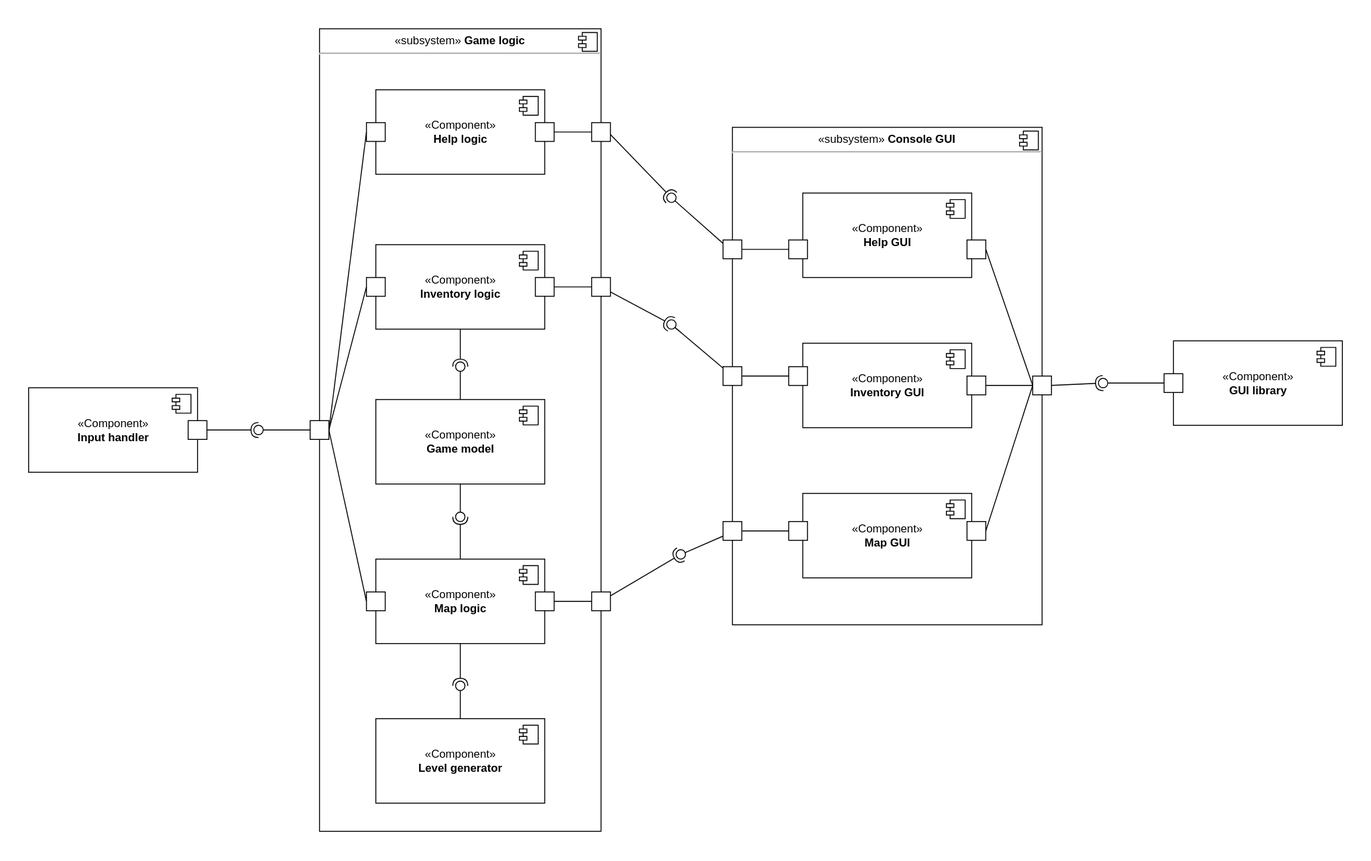
This is images/components.svg from KaperD/HSE-SD-Course-Roguelike, a draw.io export, as it was before one commit. Source tidied: cells renumbered, new cells last; positions are measured from the earlier drawing's top-left corner, leaving out a move shared by most shapes.
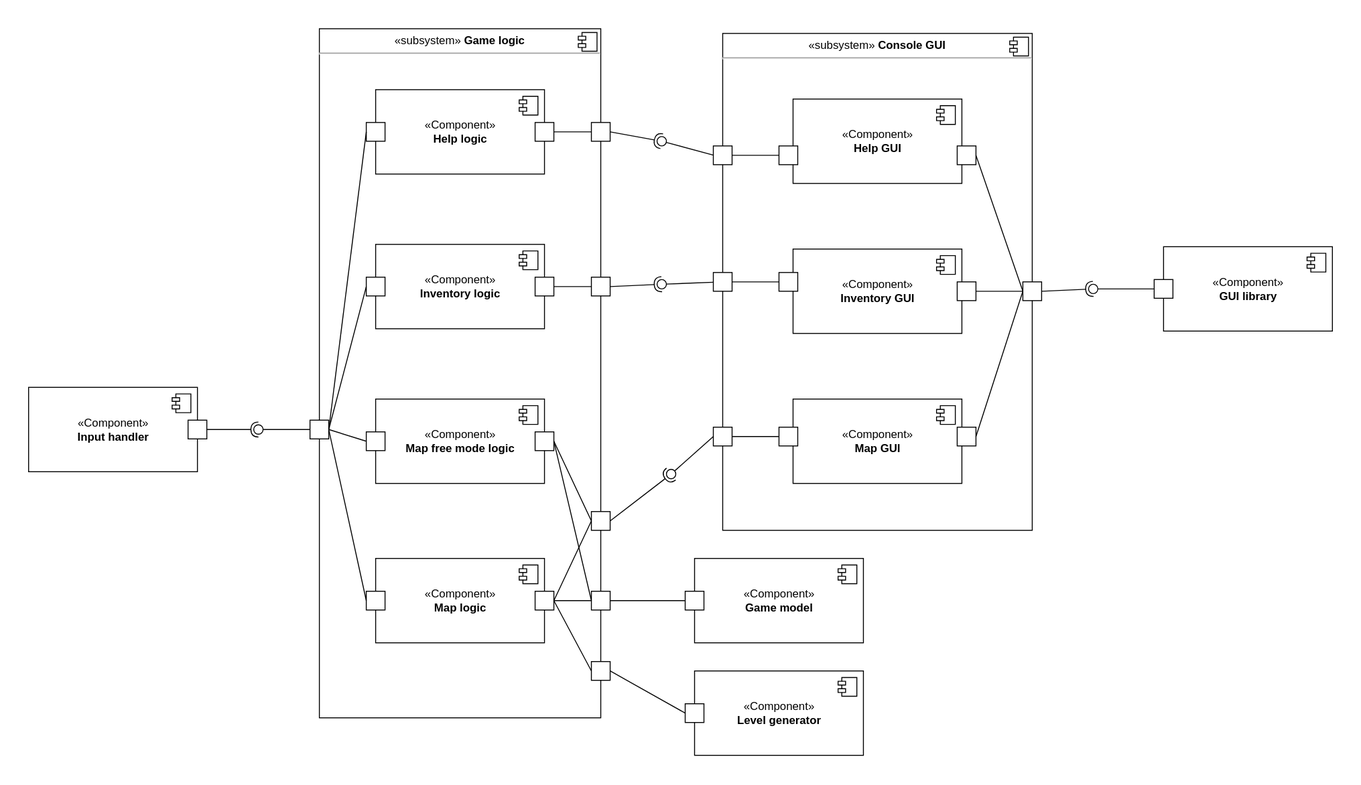
The same file after the commit.

Commit message:
Update components diagram

What changed in the source:
```diff
@@ -2,31 +2,23 @@
   <root>
     <mxCell id="0" />
     <mxCell id="1" parent="0" />
-    <mxCell id="2" style="rounded=0;jettySize=auto;html=1;endArrow=none;endFill=0;sketch=0;sourcePerimeterSpacing=0;targetPerimeterSpacing=0;exitX=0.002;exitY=0.813;exitDx=0;exitDy=0;exitPerimeter=0;" parent="1" edge="1" source="17" target="64">
+    <mxCell id="2" style="rounded=0;jettySize=auto;html=1;endArrow=none;endFill=0;sketch=0;sourcePerimeterSpacing=0;targetPerimeterSpacing=0;exitX=0;exitY=0.5;exitDx=0;exitDy=0;" parent="1" edge="1" source="28" target="64">
       <mxGeometry relative="1" as="geometry" />
     </mxCell>
-    <mxCell id="3" style="rounded=0;jettySize=auto;html=1;endArrow=halfCircle;endFill=0;entryX=0.5;entryY=0.5;endSize=6;strokeWidth=1;sketch=0;exitX=1.003;exitY=0.713;exitDx=0;exitDy=0;exitPerimeter=0;" parent="1" edge="1" source="5" target="64">
+    <mxCell id="3" style="rounded=0;jettySize=auto;html=1;endArrow=halfCircle;endFill=0;entryX=0.5;entryY=0.5;endSize=6;strokeWidth=1;sketch=0;exitX=1;exitY=0.5;exitDx=0;exitDy=0;" parent="1" edge="1" source="65" target="64">
       <mxGeometry relative="1" as="geometry" />
     </mxCell>
     <mxCell id="4" style="rounded=0;jettySize=auto;html=1;endArrow=none;endFill=0;sketch=0;sourcePerimeterSpacing=0;targetPerimeterSpacing=0;exitX=0;exitY=0.5;exitDx=0;exitDy=0;" parent="1" edge="1" source="17" target="61">
       <mxGeometry relative="1" as="geometry" />
     </mxCell>
     <mxCell id="5" value="&lt;p style=&quot;margin: 0px ; margin-top: 6px ; text-align: center&quot;&gt;«subsystem»&lt;b&gt;&amp;nbsp;Game logic&lt;/b&gt;&lt;/p&gt;&lt;hr&gt;&lt;p style=&quot;margin: 0px ; margin-left: 8px&quot;&gt;&lt;br&gt;&lt;/p&gt;" style="align=left;overflow=fill;html=1;" parent="1" vertex="1">
-      <mxGeometry x="310" width="300" height="855" as="geometry" />
+      <mxGeometry x="310" width="300" height="735" as="geometry" />
     </mxCell>
     <mxCell id="6" style="shape=component;jettyWidth=8;jettyHeight=4;" parent="5" vertex="1">
       <mxGeometry x="1" width="20" height="20" relative="1" as="geometry">
         <mxPoint x="-24" y="4" as="offset" />
       </mxGeometry>
     </mxCell>
-    <mxCell id="7" value="«Component»&lt;br&gt;&lt;b&gt;Level generator&lt;/b&gt;" style="html=1;" parent="1" vertex="1">
-      <mxGeometry x="370" y="735" width="180" height="90" as="geometry" />
-    </mxCell>
-    <mxCell id="8" style="shape=module;jettyWidth=8;jettyHeight=4;" parent="7" vertex="1">
-      <mxGeometry x="1" width="20" height="20" relative="1" as="geometry">
-        <mxPoint x="-27" y="7" as="offset" />
-      </mxGeometry>
-    </mxCell>
     <mxCell id="9" value="«Component»&lt;br&gt;&lt;b&gt;Input handler&lt;br&gt;&lt;/b&gt;" style="html=1;" parent="1" vertex="1">
       <mxGeometry y="382.5" width="180" height="90" as="geometry" />
     </mxCell>
@@ -43,22 +35,14 @@
         <mxPoint x="-27" y="7" as="offset" />
       </mxGeometry>
     </mxCell>
-    <mxCell id="13" value="«Component»&lt;br&gt;&lt;b&gt;Game model&lt;br&gt;&lt;/b&gt;" style="html=1;" parent="1" vertex="1">
-      <mxGeometry x="370" y="395" width="180" height="90" as="geometry" />
-    </mxCell>
-    <mxCell id="14" style="shape=module;jettyWidth=8;jettyHeight=4;" parent="13" vertex="1">
-      <mxGeometry x="1" width="20" height="20" relative="1" as="geometry">
-        <mxPoint x="-27" y="7" as="offset" />
-      </mxGeometry>
-    </mxCell>
     <mxCell id="15" style="whiteSpace=wrap;html=1;" parent="1" vertex="1">
       <mxGeometry x="170" y="417.5" width="20" height="20" as="geometry" />
     </mxCell>
     <mxCell id="16" style="group;" parent="1" vertex="1">
-      <mxGeometry x="810" y="105" width="340" height="580" as="geometry" />
+      <mxGeometry x="810" y="105" width="340" height="670" as="geometry" />
     </mxCell>
     <mxCell id="17" value="&lt;p style=&quot;margin: 0px ; margin-top: 6px ; text-align: center&quot;&gt;«subsystem»&lt;b&gt;&amp;nbsp;Console GUI&lt;/b&gt;&lt;/p&gt;&lt;hr&gt;&lt;p style=&quot;margin: 0px ; margin-left: 8px&quot;&gt;&lt;br&gt;&lt;/p&gt;" style="align=left;overflow=fill;html=1;" parent="16" vertex="1">
-      <mxGeometry x="-60" width="330" height="530" as="geometry" />
+      <mxGeometry x="-70" y="-100" width="330" height="530" as="geometry" />
     </mxCell>
     <mxCell id="18" style="shape=component;jettyWidth=8;jettyHeight=4;" parent="17" vertex="1">
       <mxGeometry x="1" width="20" height="20" relative="1" as="geometry">
@@ -66,7 +50,7 @@
       </mxGeometry>
     </mxCell>
     <mxCell id="19" value="«Component»&lt;br&gt;&lt;b&gt;Help GUI&lt;br&gt;&lt;/b&gt;" style="html=1;" parent="16" vertex="1">
-      <mxGeometry x="15" y="70" width="180" height="90" as="geometry" />
+      <mxGeometry x="5" y="-30" width="180" height="90" as="geometry" />
     </mxCell>
     <mxCell id="20" style="shape=module;jettyWidth=8;jettyHeight=4;" parent="19" vertex="1">
       <mxGeometry x="1" width="20" height="20" relative="1" as="geometry">
@@ -74,7 +58,7 @@
       </mxGeometry>
     </mxCell>
     <mxCell id="21" value="«Component»&lt;br&gt;&lt;b&gt;Inventory GUI&lt;br&gt;&lt;/b&gt;" style="html=1;" parent="16" vertex="1">
-      <mxGeometry x="15" y="230" width="180" height="90" as="geometry" />
+      <mxGeometry x="5" y="130" width="180" height="90" as="geometry" />
     </mxCell>
     <mxCell id="22" style="shape=module;jettyWidth=8;jettyHeight=4;" parent="21" vertex="1">
       <mxGeometry x="1" width="20" height="20" relative="1" as="geometry">
@@ -82,7 +66,7 @@
       </mxGeometry>
     </mxCell>
     <mxCell id="23" value="«Component»&lt;br&gt;&lt;b&gt;Map GUI&lt;br&gt;&lt;/b&gt;" style="html=1;" parent="16" vertex="1">
-      <mxGeometry x="15" y="390" width="180" height="90" as="geometry" />
+      <mxGeometry x="5" y="290" width="180" height="90" as="geometry" />
     </mxCell>
     <mxCell id="24" style="shape=module;jettyWidth=8;jettyHeight=4;" parent="23" vertex="1">
       <mxGeometry x="1" width="20" height="20" relative="1" as="geometry">
@@ -90,19 +74,19 @@
       </mxGeometry>
     </mxCell>
     <mxCell id="25" style="whiteSpace=wrap;html=1;" parent="16" vertex="1">
-      <mxGeometry y="120" width="20" height="20" as="geometry" />
+      <mxGeometry x="-10" y="20" width="20" height="20" as="geometry" />
     </mxCell>
     <mxCell id="26" style="whiteSpace=wrap;html=1;" parent="16" vertex="1">
-      <mxGeometry x="-70" y="255" width="20" height="20" as="geometry" />
+      <mxGeometry x="-80" y="155" width="20" height="20" as="geometry" />
     </mxCell>
     <mxCell id="27" style="whiteSpace=wrap;html=1;" parent="16" vertex="1">
-      <mxGeometry y="255" width="20" height="20" as="geometry" />
+      <mxGeometry x="-10" y="155" width="20" height="20" as="geometry" />
     </mxCell>
     <mxCell id="28" style="whiteSpace=wrap;html=1;" parent="16" vertex="1">
-      <mxGeometry x="-70" y="420" width="20" height="20" as="geometry" />
+      <mxGeometry x="-80" y="320" width="20" height="20" as="geometry" />
     </mxCell>
     <mxCell id="29" style="whiteSpace=wrap;html=1;" parent="16" vertex="1">
-      <mxGeometry y="420" width="20" height="20" as="geometry" />
+      <mxGeometry x="-10" y="320" width="20" height="20" as="geometry" />
     </mxCell>
     <mxCell id="30" style="endArrow=none;html=1;rounded=0;entryX=1;entryY=0.5;entryDx=0;entryDy=0;exitX=0;exitY=0.5;exitDx=0;exitDy=0;" parent="16" edge="1" source="27" target="26">
       <mxGeometry relative="1" as="geometry" />
@@ -111,16 +95,16 @@
       <mxGeometry relative="1" as="geometry" />
     </mxCell>
     <mxCell id="32" style="whiteSpace=wrap;html=1;" parent="16" vertex="1">
-      <mxGeometry x="260" y="265" width="20" height="20" as="geometry" />
+      <mxGeometry x="250" y="165" width="20" height="20" as="geometry" />
     </mxCell>
     <mxCell id="33" style="whiteSpace=wrap;html=1;" parent="16" vertex="1">
-      <mxGeometry x="190" y="120" width="20" height="20" as="geometry" />
+      <mxGeometry x="180" y="20" width="20" height="20" as="geometry" />
     </mxCell>
     <mxCell id="34" style="whiteSpace=wrap;html=1;" parent="16" vertex="1">
-      <mxGeometry x="190" y="265" width="20" height="20" as="geometry" />
+      <mxGeometry x="180" y="165" width="20" height="20" as="geometry" />
     </mxCell>
     <mxCell id="35" style="whiteSpace=wrap;html=1;" parent="16" vertex="1">
-      <mxGeometry x="190" y="420" width="20" height="20" as="geometry" />
+      <mxGeometry x="180" y="320" width="20" height="20" as="geometry" />
     </mxCell>
     <mxCell id="36" style="endArrow=none;html=1;rounded=0;entryX=0;entryY=0.5;entryDx=0;entryDy=0;exitX=1;exitY=0.5;exitDx=0;exitDy=0;" parent="16" edge="1" source="33" target="32">
       <mxGeometry relative="1" as="geometry" />
@@ -132,11 +116,30 @@
       <mxGeometry relative="1" as="geometry" />
     </mxCell>
     <mxCell id="39" style="ellipse;whiteSpace=wrap;html=1;align=center;points=[];outlineConnect=0;sketch=0;" parent="16" vertex="1">
-      <mxGeometry x="330" y="267.5" width="10" height="10" as="geometry" />
+      <mxGeometry x="320" y="167.5" width="10" height="10" as="geometry" />
     </mxCell>
     <mxCell id="40" style="rounded=0;jettySize=auto;html=1;endArrow=halfCircle;endFill=0;entryX=0.5;entryY=0.5;endSize=6;strokeWidth=1;sketch=0;exitX=1;exitY=0.5;exitDx=0;exitDy=0;" parent="16" edge="1" source="32" target="39">
       <mxGeometry relative="1" as="geometry" />
     </mxCell>
+    <mxCell id="13" value="«Component»&lt;br&gt;&lt;b&gt;Game model&lt;br&gt;&lt;/b&gt;" style="html=1;" parent="16" vertex="1">
+      <mxGeometry x="-100" y="460" width="180" height="90" as="geometry" />
+    </mxCell>
+    <mxCell id="86" style="shape=module;jettyWidth=8;jettyHeight=4;" parent="13" vertex="1">
+      <mxGeometry x="1" width="20" height="20" relative="1" as="geometry">
+        <mxPoint x="-27" y="7" as="offset" />
+      </mxGeometry>
+    </mxCell>
+    <mxCell id="7" value="«Component»&lt;br&gt;&lt;b&gt;Level generator&lt;/b&gt;" style="html=1;" parent="16" vertex="1">
+      <mxGeometry x="-100" y="580" width="180" height="90" as="geometry" />
+    </mxCell>
+    <mxCell id="87" style="shape=module;jettyWidth=8;jettyHeight=4;" parent="7" vertex="1">
+      <mxGeometry x="1" width="20" height="20" relative="1" as="geometry">
+        <mxPoint x="-27" y="7" as="offset" />
+      </mxGeometry>
+    </mxCell>
+    <mxCell id="88" style="whiteSpace=wrap;html=1;" parent="16" vertex="1">
+      <mxGeometry x="-110" y="615" width="20" height="20" as="geometry" />
+    </mxCell>
     <mxCell id="41" value="«Component»&lt;br&gt;&lt;b&gt;Inventory logic&lt;br&gt;&lt;/b&gt;" style="html=1;" parent="1" vertex="1">
       <mxGeometry x="370" y="230" width="180" height="90" as="geometry" />
     </mxCell>
@@ -153,43 +156,14 @@
         <mxPoint x="-27" y="7" as="offset" />
       </mxGeometry>
     </mxCell>
-    <mxCell id="45" style="rounded=0;jettySize=auto;html=1;endArrow=none;endFill=0;sketch=0;sourcePerimeterSpacing=0;targetPerimeterSpacing=0;" parent="1" edge="1" target="47">
-      <mxGeometry relative="1" as="geometry">
-        <mxPoint x="460" y="395" as="sourcePoint" />
-      </mxGeometry>
-    </mxCell>
-    <mxCell id="46" style="rounded=0;jettySize=auto;html=1;endArrow=halfCircle;endFill=0;entryX=0.5;entryY=0.5;endSize=6;strokeWidth=1;sketch=0;exitX=0.5;exitY=1;exitDx=0;exitDy=0;" parent="1" edge="1" source="41" target="47">
-      <mxGeometry relative="1" as="geometry" />
-    </mxCell>
-    <mxCell id="47" style="ellipse;whiteSpace=wrap;html=1;align=center;points=[];outlineConnect=0;sketch=0;" parent="1" vertex="1">
-      <mxGeometry x="455" y="355" width="10" height="10" as="geometry" />
-    </mxCell>
-    <mxCell id="48" style="rounded=0;jettySize=auto;html=1;endArrow=none;endFill=0;sketch=0;sourcePerimeterSpacing=0;targetPerimeterSpacing=0;exitX=0.5;exitY=1;exitDx=0;exitDy=0;" parent="1" edge="1" source="13" target="50">
-      <mxGeometry relative="1" as="geometry" />
-    </mxCell>
-    <mxCell id="49" style="rounded=0;jettySize=auto;html=1;endArrow=halfCircle;endFill=0;entryX=0.5;entryY=0.5;endSize=6;strokeWidth=1;sketch=0;exitX=0.5;exitY=0;exitDx=0;exitDy=0;" parent="1" edge="1" source="11" target="50">
-      <mxGeometry relative="1" as="geometry" />
-    </mxCell>
-    <mxCell id="50" style="ellipse;whiteSpace=wrap;html=1;align=center;points=[];outlineConnect=0;sketch=0;" parent="1" vertex="1">
-      <mxGeometry x="455" y="515" width="10" height="10" as="geometry" />
-    </mxCell>
-    <mxCell id="51" style="rounded=0;jettySize=auto;html=1;endArrow=none;endFill=0;sketch=0;sourcePerimeterSpacing=0;targetPerimeterSpacing=0;exitX=0.5;exitY=0;exitDx=0;exitDy=0;" parent="1" edge="1" source="7" target="53">
-      <mxGeometry relative="1" as="geometry" />
-    </mxCell>
-    <mxCell id="52" style="rounded=0;jettySize=auto;html=1;endArrow=halfCircle;endFill=0;entryX=0.5;entryY=0.5;endSize=6;strokeWidth=1;sketch=0;exitX=0.5;exitY=1;exitDx=0;exitDy=0;" parent="1" edge="1" source="11" target="53">
-      <mxGeometry relative="1" as="geometry" />
-    </mxCell>
-    <mxCell id="53" style="ellipse;whiteSpace=wrap;html=1;align=center;points=[];outlineConnect=0;sketch=0;" parent="1" vertex="1">
-      <mxGeometry x="455" y="695" width="10" height="10" as="geometry" />
-    </mxCell>
     <mxCell id="54" style="rounded=0;jettySize=auto;html=1;endArrow=none;endFill=0;sketch=0;sourcePerimeterSpacing=0;targetPerimeterSpacing=0;exitX=0;exitY=0.25;exitDx=0;exitDy=0;" parent="1" edge="1" source="17" target="56">
       <mxGeometry relative="1" as="geometry" />
     </mxCell>
-    <mxCell id="55" style="rounded=0;jettySize=auto;html=1;endArrow=halfCircle;endFill=0;entryX=0.5;entryY=0.5;endSize=6;strokeWidth=1;sketch=0;exitX=1.001;exitY=0.12;exitDx=0;exitDy=0;exitPerimeter=0;" parent="1" edge="1" source="5" target="56">
+    <mxCell id="55" style="rounded=0;jettySize=auto;html=1;endArrow=halfCircle;endFill=0;entryX=0.5;entryY=0.5;endSize=6;strokeWidth=1;sketch=0;exitX=1;exitY=0.5;exitDx=0;exitDy=0;" parent="1" edge="1" source="57" target="56">
       <mxGeometry relative="1" as="geometry" />
     </mxCell>
     <mxCell id="56" style="ellipse;whiteSpace=wrap;html=1;align=center;points=[];outlineConnect=0;sketch=0;" parent="1" vertex="1">
-      <mxGeometry x="680" y="175" width="10" height="10" as="geometry" />
+      <mxGeometry x="670" y="115" width="10" height="10" as="geometry" />
     </mxCell>
     <mxCell id="57" style="whiteSpace=wrap;html=1;" parent="1" vertex="1">
       <mxGeometry x="600" y="100" width="20" height="20" as="geometry" />
@@ -198,13 +172,13 @@
       <mxGeometry x="540" y="100" width="20" height="20" as="geometry" />
     </mxCell>
     <mxCell id="59" style="whiteSpace=wrap;html=1;" parent="1" vertex="1">
-      <mxGeometry x="740" y="225" width="20" height="20" as="geometry" />
+      <mxGeometry x="730" y="125" width="20" height="20" as="geometry" />
     </mxCell>
-    <mxCell id="60" style="rounded=0;jettySize=auto;html=1;endArrow=halfCircle;endFill=0;entryX=0.5;entryY=0.5;endSize=6;strokeWidth=1;sketch=0;" parent="1" edge="1" source="62" target="61">
+    <mxCell id="60" style="rounded=0;jettySize=auto;html=1;endArrow=halfCircle;endFill=0;entryX=0.5;entryY=0.5;endSize=6;strokeWidth=1;sketch=0;exitX=1;exitY=0.5;exitDx=0;exitDy=0;" parent="1" edge="1" source="62" target="61">
       <mxGeometry relative="1" as="geometry" />
     </mxCell>
     <mxCell id="61" style="ellipse;whiteSpace=wrap;html=1;align=center;points=[];outlineConnect=0;sketch=0;" parent="1" vertex="1">
-      <mxGeometry x="680" y="310" width="10" height="10" as="geometry" />
+      <mxGeometry x="670" y="267.5" width="10" height="10" as="geometry" />
     </mxCell>
     <mxCell id="62" style="whiteSpace=wrap;html=1;" parent="1" vertex="1">
       <mxGeometry x="600" y="265" width="20" height="20" as="geometry" />
@@ -213,10 +187,10 @@
       <mxGeometry x="540" y="265" width="20" height="20" as="geometry" />
     </mxCell>
     <mxCell id="64" style="ellipse;whiteSpace=wrap;html=1;align=center;points=[];outlineConnect=0;sketch=0;" parent="1" vertex="1">
-      <mxGeometry x="690" y="555" width="10" height="10" as="geometry" />
+      <mxGeometry x="680" y="470" width="10" height="10" as="geometry" />
     </mxCell>
     <mxCell id="65" style="whiteSpace=wrap;html=1;" parent="1" vertex="1">
-      <mxGeometry x="600" y="600" width="20" height="20" as="geometry" />
+      <mxGeometry x="600" y="515" width="20" height="20" as="geometry" />
     </mxCell>
     <mxCell id="66" style="edgeStyle=none;rounded=0;orthogonalLoop=1;jettySize=auto;html=1;exitX=0.5;exitY=0;exitDx=0;exitDy=0;" parent="1" edge="1" source="65" target="65">
       <mxGeometry relative="1" as="geometry" />
@@ -267,7 +241,7 @@
       <mxGeometry x="240" y="422.5" width="10" height="10" as="geometry" />
     </mxCell>
     <mxCell id="82" value="«Component»&lt;br&gt;&lt;b&gt;GUI library&lt;br&gt;&lt;/b&gt;" style="html=1;" parent="1" vertex="1">
-      <mxGeometry x="1220" y="332.5" width="180" height="90" as="geometry" />
+      <mxGeometry x="1210" y="232.5" width="180" height="90" as="geometry" />
     </mxCell>
     <mxCell id="83" style="shape=module;jettyWidth=8;jettyHeight=4;" parent="82" vertex="1">
       <mxGeometry x="1" width="20" height="20" relative="1" as="geometry">
@@ -275,10 +249,54 @@
       </mxGeometry>
     </mxCell>
     <mxCell id="84" style="whiteSpace=wrap;html=1;" parent="1" vertex="1">
-      <mxGeometry x="1210" y="367.5" width="20" height="20" as="geometry" />
+      <mxGeometry x="1200" y="267.5" width="20" height="20" as="geometry" />
     </mxCell>
     <mxCell id="85" style="rounded=0;jettySize=auto;html=1;endArrow=none;endFill=0;sketch=0;sourcePerimeterSpacing=0;targetPerimeterSpacing=0;exitX=0;exitY=0.5;exitDx=0;exitDy=0;" parent="1" edge="1" source="84" target="39">
       <mxGeometry relative="1" as="geometry" />
     </mxCell>
+    <mxCell id="89" style="whiteSpace=wrap;html=1;" parent="1" vertex="1">
+      <mxGeometry x="600" y="675" width="20" height="20" as="geometry" />
+    </mxCell>
+    <mxCell id="90" value="«Component»&lt;br&gt;&lt;b&gt;Map free mode logic&lt;br&gt;&lt;/b&gt;" style="html=1;" parent="1" vertex="1">
+      <mxGeometry x="370" y="395" width="180" height="90" as="geometry" />
+    </mxCell>
+    <mxCell id="91" style="shape=module;jettyWidth=8;jettyHeight=4;" parent="90" vertex="1">
+      <mxGeometry x="1" width="20" height="20" relative="1" as="geometry">
+        <mxPoint x="-27" y="7" as="offset" />
+      </mxGeometry>
+    </mxCell>
+    <mxCell id="92" style="whiteSpace=wrap;html=1;" parent="1" vertex="1">
+      <mxGeometry x="540" y="430" width="20" height="20" as="geometry" />
+    </mxCell>
+    <mxCell id="93" style="whiteSpace=wrap;html=1;" parent="1" vertex="1">
+      <mxGeometry x="360" y="430" width="20" height="20" as="geometry" />
+    </mxCell>
+    <mxCell id="94" style="endArrow=none;html=1;rounded=0;entryX=0;entryY=0.5;entryDx=0;entryDy=0;exitX=1;exitY=0.5;exitDx=0;exitDy=0;" parent="1" edge="1" source="92" target="65">
+      <mxGeometry relative="1" as="geometry" />
+    </mxCell>
+    <mxCell id="95" style="endArrow=none;html=1;rounded=0;entryX=1;entryY=0.5;entryDx=0;entryDy=0;exitX=0;exitY=0.5;exitDx=0;exitDy=0;" parent="1" edge="1" source="93" target="72">
+      <mxGeometry relative="1" as="geometry" />
+    </mxCell>
+    <mxCell id="96" style="whiteSpace=wrap;html=1;" parent="1" vertex="1">
+      <mxGeometry x="600" y="600" width="20" height="20" as="geometry" />
+    </mxCell>
+    <mxCell id="97" style="endArrow=none;html=1;rounded=0;entryX=0;entryY=0.5;entryDx=0;entryDy=0;exitX=1;exitY=0.5;exitDx=0;exitDy=0;" parent="1" edge="1" source="92" target="96">
+      <mxGeometry relative="1" as="geometry" />
+    </mxCell>
+    <mxCell id="98" style="endArrow=none;html=1;rounded=0;entryX=0;entryY=0.5;entryDx=0;entryDy=0;exitX=1;exitY=0.5;exitDx=0;exitDy=0;" parent="1" edge="1" source="67" target="96">
+      <mxGeometry relative="1" as="geometry" />
+    </mxCell>
+    <mxCell id="99" style="endArrow=none;html=1;rounded=0;exitX=1;exitY=0.5;exitDx=0;exitDy=0;entryX=0;entryY=0.5;entryDx=0;entryDy=0;" parent="1" edge="1" source="96" target="100">
+      <mxGeometry relative="1" as="geometry" />
+    </mxCell>
+    <mxCell id="100" style="whiteSpace=wrap;html=1;" parent="1" vertex="1">
+      <mxGeometry x="700" y="600" width="20" height="20" as="geometry" />
+    </mxCell>
+    <mxCell id="101" style="endArrow=none;html=1;rounded=0;entryX=0;entryY=0.5;entryDx=0;entryDy=0;exitX=1;exitY=0.5;exitDx=0;exitDy=0;" parent="1" edge="1" source="67" target="89">
+      <mxGeometry relative="1" as="geometry" />
+    </mxCell>
+    <mxCell id="102" style="endArrow=none;html=1;rounded=0;entryX=0;entryY=0.5;entryDx=0;entryDy=0;exitX=1;exitY=0.5;exitDx=0;exitDy=0;" parent="1" edge="1" source="89" target="88">
+      <mxGeometry relative="1" as="geometry" />
+    </mxCell>
   </root>
 </mxGraphModel>
```
